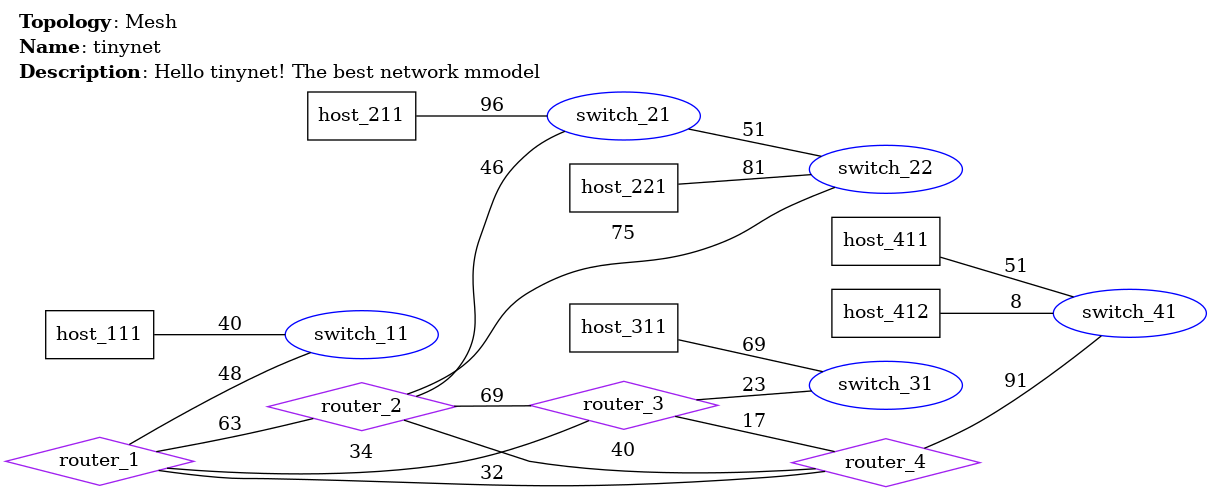
This is conf/image/net.png from zpnst/tinynet, a Graphviz export, as it was before one commit. Its source is kept beside it as conf/data/net.dot.
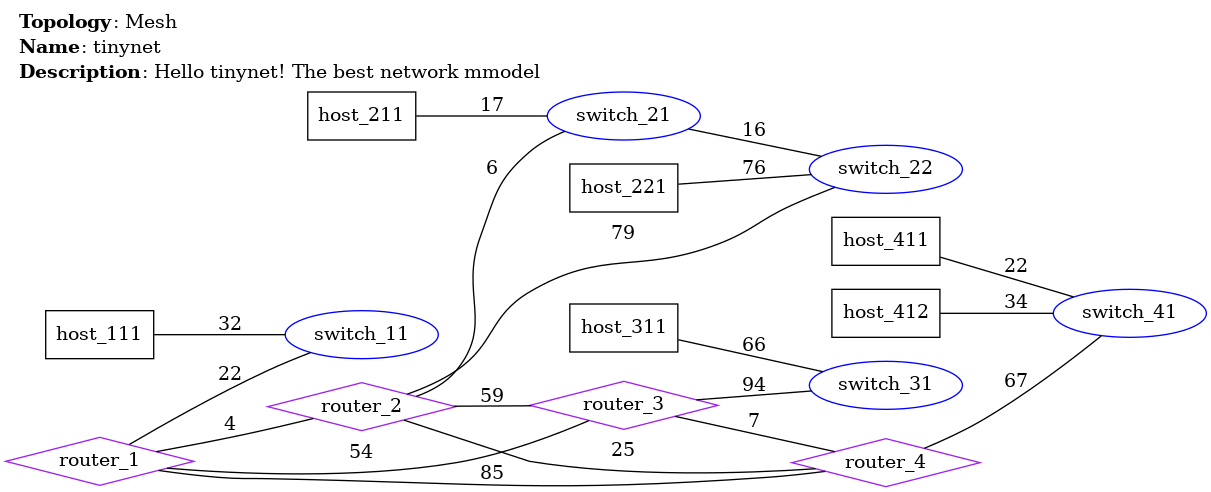
After the commit.

What changed in the source:
```diff
@@ -24,22 +24,22 @@
     "host_311" [shape=box, color=black, label="host_311"];
     "host_411" [shape=box, color=black, label="host_411"];
     "host_412" [shape=box, color=black, label="host_412"];
-    "router_1" -- "router_2" [label="63"];
-    "router_1" -- "router_3" [label="34"];
-    "router_1" -- "router_4" [label="32"];
-    "router_1" -- "switch_11" [label="48"];
-    "router_2" -- "router_3" [label="69"];
-    "router_2" -- "router_4" [label="40"];
-    "router_2" -- "switch_21" [label="46"];
-    "router_2" -- "switch_22" [label="75"];
-    "router_3" -- "router_4" [label="17"];
-    "router_3" -- "switch_31" [label="23"];
-    "router_4" -- "switch_41" [label="91"];
-    "switch_21" -- "switch_22" [label="51"];
-    "host_111" -- "switch_11" [label="40"];
-    "host_211" -- "switch_21" [label="96"];
-    "host_221" -- "switch_22" [label="81"];
-    "host_311" -- "switch_31" [label="69"];
-    "host_411" -- "switch_41" [label="51"];
-    "host_412" -- "switch_41" [label="8"];
+    "router_1" -- "router_2" [label="86"];
+    "router_1" -- "router_3" [label="8"];
+    "router_1" -- "router_4" [label="66"];
+    "router_1" -- "switch_11" [label="9"];
+    "router_2" -- "router_3" [label="95"];
+    "router_2" -- "router_4" [label="89"];
+    "router_2" -- "switch_21" [label="69"];
+    "router_2" -- "switch_22" [label="72"];
+    "router_3" -- "router_4" [label="74"];
+    "router_3" -- "switch_31" [label="91"];
+    "router_4" -- "switch_41" [label="19"];
+    "switch_21" -- "switch_22" [label="10"];
+    "host_111" -- "switch_11" [label="66"];
+    "host_211" -- "switch_21" [label="46"];
+    "host_221" -- "switch_22" [label="50"];
+    "host_311" -- "switch_31" [label="92"];
+    "host_411" -- "switch_41" [label="26"];
+    "host_412" -- "switch_41" [label="5"];
 }
```
